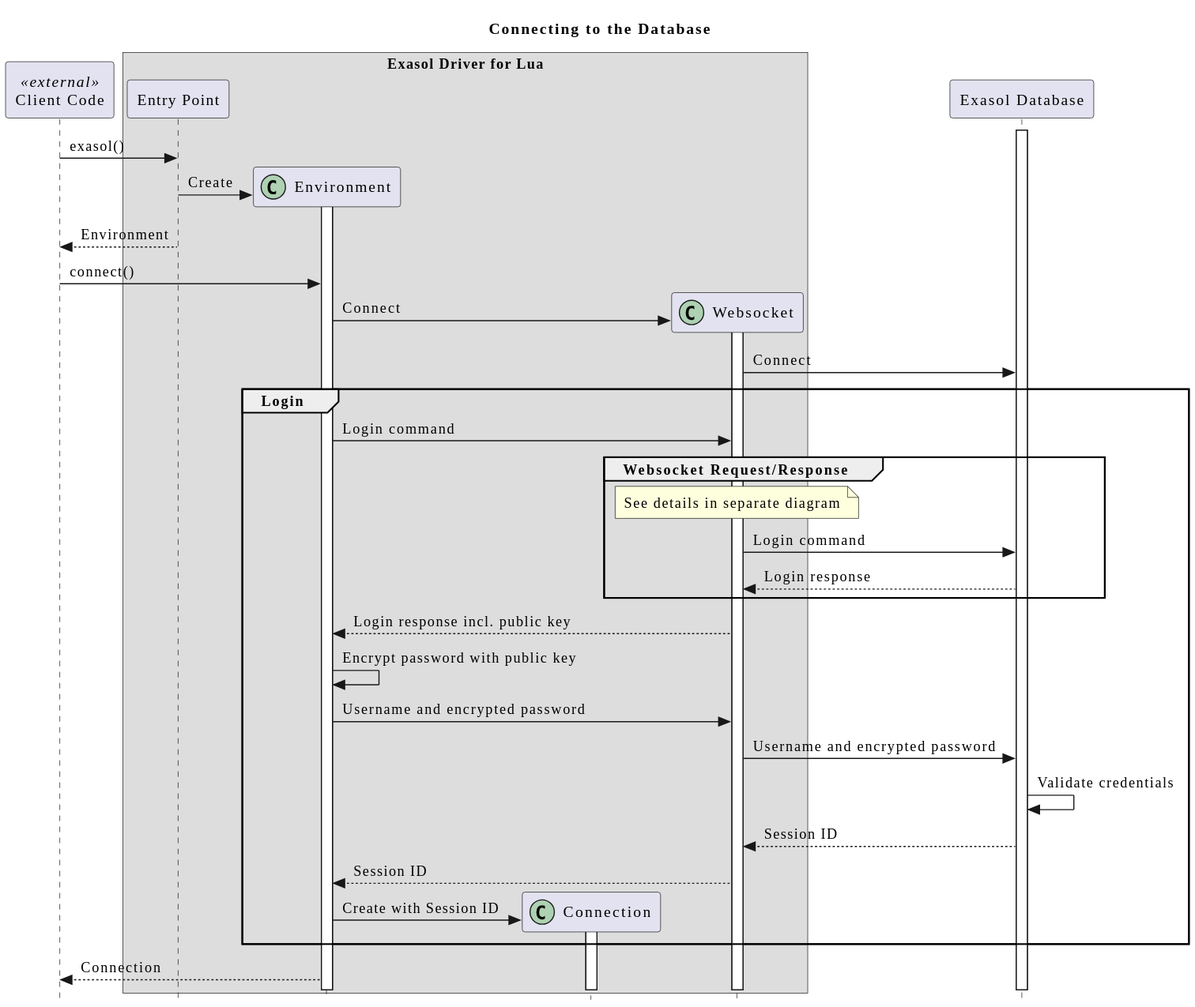
The PlantUML diagram doc/images/generated/seq_connection.svg in exasol/exasol-driver-lua, before a commit. Its diagram source:
```plantuml
@startuml seq_connection
!include ../clean.skin

title: Connecting to the Database

participant "Client Code" as client <<external>>
box "Exasol Driver for Lua"
participant "Entry Point"  as entry
participant Environment as env << (C,#ADD1B2) >>
participant Connection as conn << (C,#ADD1B2) >>
participant Websocket as ws << (C,#ADD1B2) >>
end box
participant "Exasol Database" as db

activate db
client -> entry: exasol()
create env
entry -> env: Create
activate env
client <-- entry: Environment
client -> env: connect()
create ws
env -> ws: Connect
activate ws
ws -> db: Connect
group Login
    env -> ws: Login command
    group Websocket Request/Response
        note over ws: See details in separate diagram
        ws -> db: Login command
        db --> ws: Login response
    end
    ws --> env: Login response incl. public key
    env -> env: Encrypt password with public key
    env -> ws: Username and encrypted password
    ws -> db: Username and encrypted password
    db -> db: Validate credentials
    db --> ws: Session ID
    ws --> env: Session ID
    create conn
    env -> conn: Create with Session ID
    activate conn
end
activate conn
client <-- env: Connection

@enduml
```
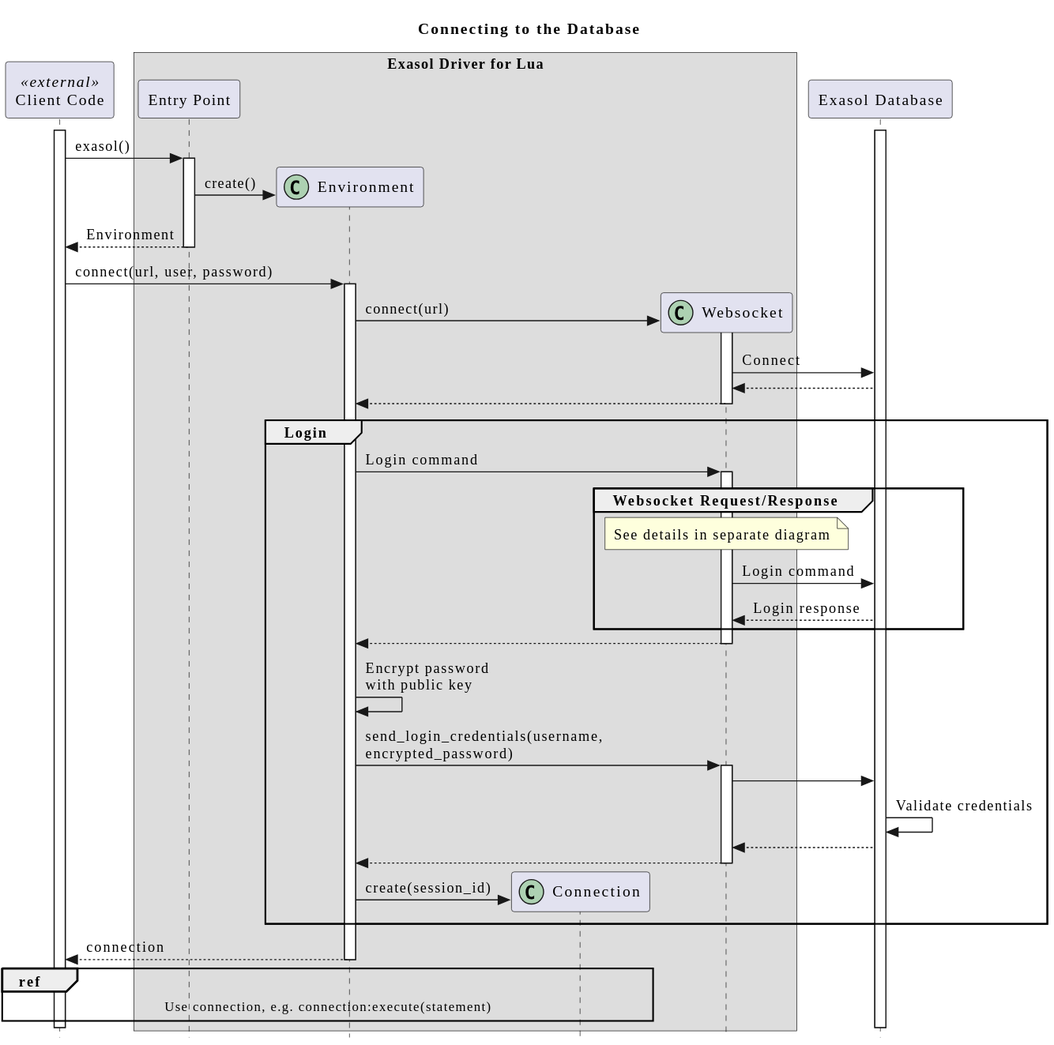
Above is the later version.

Diff of the diagram source:
```diff
@@ -12,36 +12,45 @@
 end box
 participant "Exasol Database" as db
 
+activate client
 activate db
 client -> entry: exasol()
+activate entry
 create env
-entry -> env: Create
+entry -> env: create()
+client <-- entry: Environment
+deactivate entry
+client -> env: connect(url, user, password)
 activate env
-client <-- entry: Environment
-client -> env: connect()
 create ws
-env -> ws: Connect
+env -> ws: connect(url)
 activate ws
 ws -> db: Connect
+db --> ws
+ws --> env
+deactivate ws
 group Login
     env -> ws: Login command
+    activate ws
     group Websocket Request/Response
         note over ws: See details in separate diagram
         ws -> db: Login command
         db --> ws: Login response
     end
-    ws --> env: Login response incl. public key
-    env -> env: Encrypt password with public key
-    env -> ws: Username and encrypted password
-    ws -> db: Username and encrypted password
+    ws --> env
+    deactivate ws
+    env -> env: Encrypt password\nwith public key
+    env -> ws: send_login_credentials(username,\nencrypted_password)
+    activate ws
+    ws -> db
     db -> db: Validate credentials
-    db --> ws: Session ID
-    ws --> env: Session ID
+    db --> ws
+    ws --> env
+    deactivate ws
     create conn
-    env -> conn: Create with Session ID
-    activate conn
+    env -> conn: create(session_id)
 end
-activate conn
-client <-- env: Connection
-
+client <-- env: connection
+deactivate env
+ref over client, conn: Use connection, e.g. connection:execute(statement)
 @enduml
```
